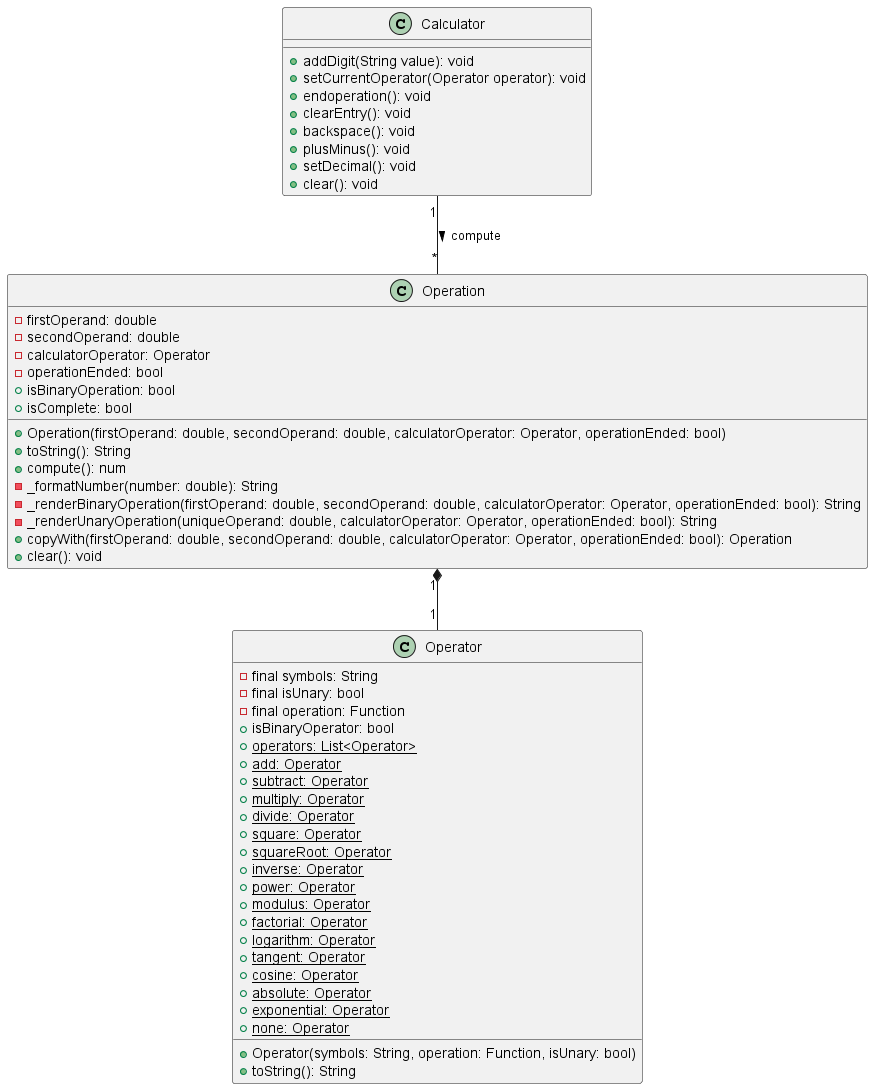
Earlier version of the PlantUML export docs/diagrams/src/Model_class_diagram/modelClassDiagram.png (sikatikenmogne/flutter_calculator).
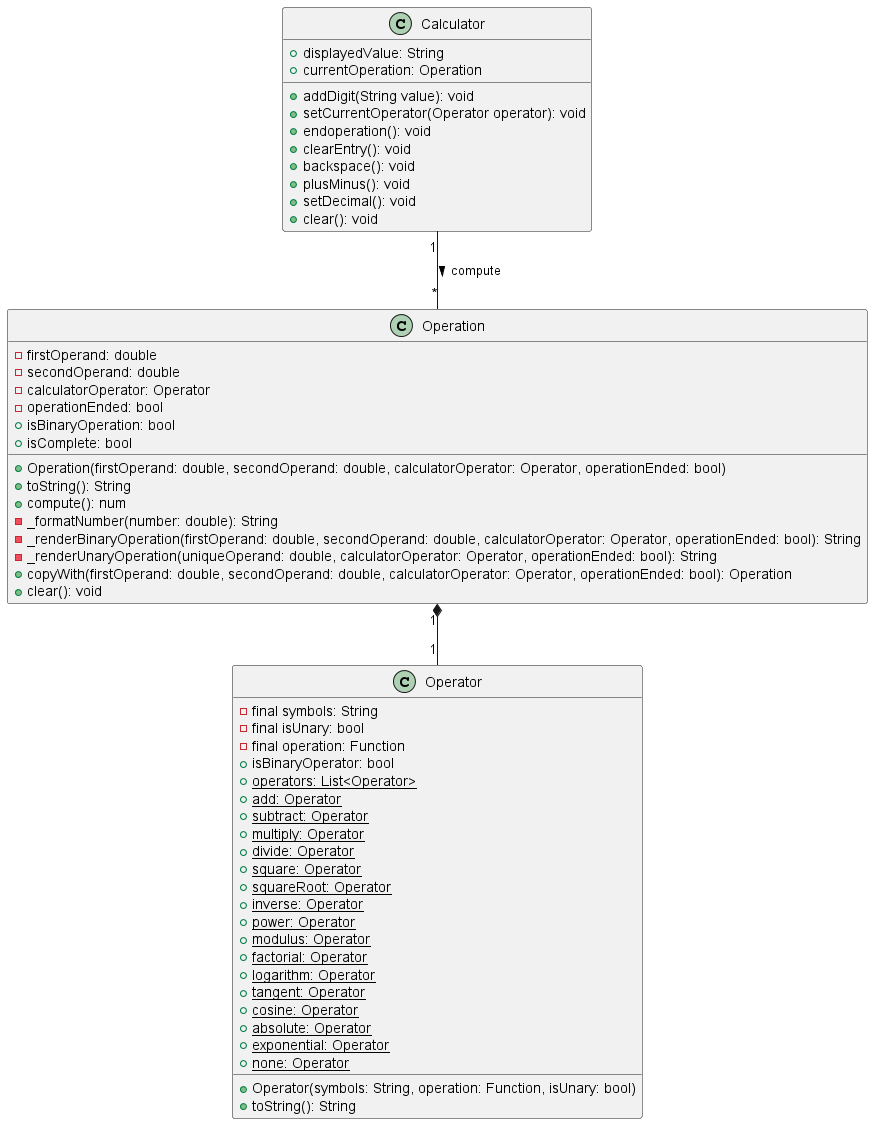
Later version of the same file.

Commit message:
docs: update model class diagram files

Change to the diagram source:
```diff
@@ -43,6 +43,8 @@
 }
 
 class Calculator {
+    + displayedValue: String
+    + currentOperation: Operation
     + addDigit(String value): void
     + setCurrentOperator(Operator operator): void
     + endoperation(): void
```
